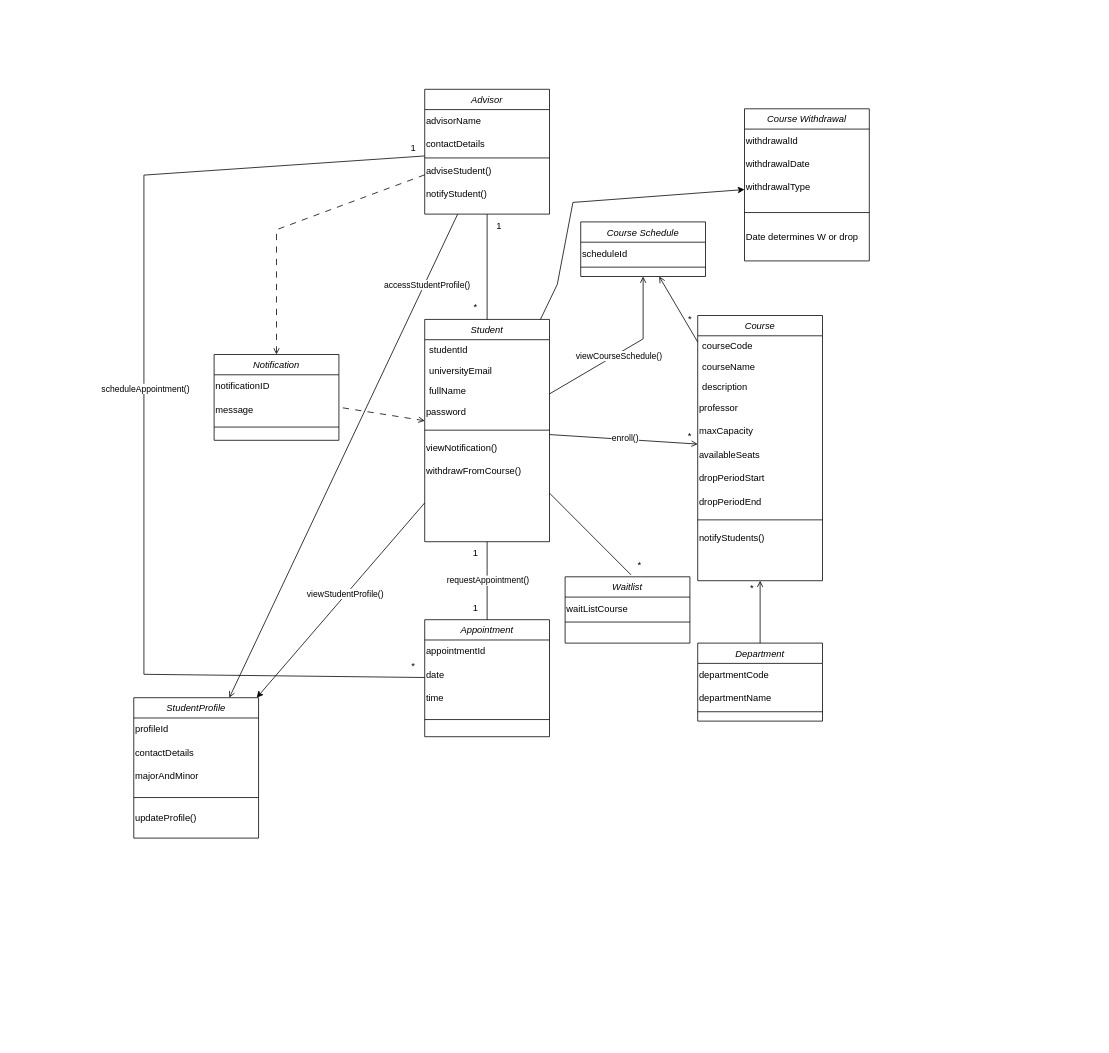
This is Assignment 1.drawio from sirfan123/1530, a draw.io file, before an edit. Source tidied: cells renumbered, new cells numbered last; positions are measured from the earlier drawing's top-left corner, leaving out a move shared by most shapes. Both pictures are drawn from the tidied source at 78%, with x=0, y=0 at pixel (133, 89).
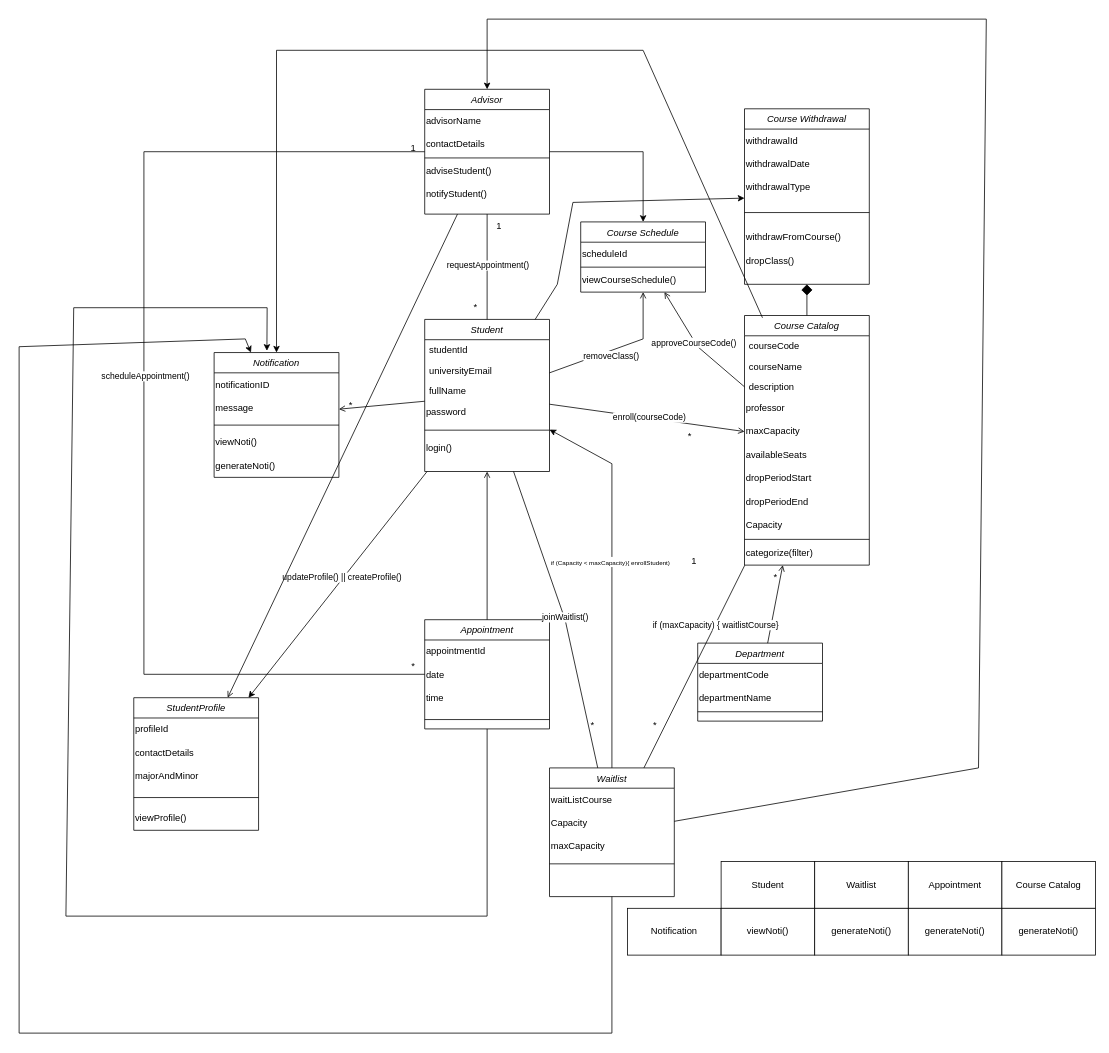
Above is the later version.

The change refers to these unchanged cells:
```xml
<mxCell id="28" value="Advisor" style="swimlane;fontStyle=2;align=center;verticalAlign=top;horizontal=1;startSize=26;rounded=0;shadow=0;strokeWidth=1;" parent="1" vertex="1">
  <mxGeometry x="373" width="160" height="160" as="geometry" />
</mxCell>
<mxCell id="52" style="endArrow=open;html=1;rounded=0;endFill=0;" parent="1" edge="1" source="2" target="10">
  <mxGeometry relative="1" as="geometry" />
</mxCell>
<mxCell id="58" style="endArrow=none;html=1;rounded=0;endFill=0;" parent="1" edge="1" source="2" target="28">
  <mxGeometry relative="1" as="geometry" />
</mxCell>
<mxCell id="59" style="endArrow=open;html=1;rounded=0;endFill=0;" parent="1" edge="1" source="2" target="39">
  <mxGeometry relative="1" as="geometry">
    <Array as="points">
      <mxPoint x="653" y="320" />
    </Array>
  </mxGeometry>
</mxCell>
<mxCell id="70" style="endArrow=classic;html=1;rounded=0;" parent="1" edge="1" source="2" target="46">
  <mxGeometry relative="1" as="geometry" />
</mxCell>
<mxCell id="81" style="endArrow=open;html=1;rounded=0;endFill=0;" parent="1" edge="1" source="28" target="46">
  <mxGeometry relative="1" as="geometry" />
</mxCell>
```

What changed in the source:
```diff
@@
     <mxCell id="2" value="Student" style="swimlane;fontStyle=2;align=center;verticalAlign=top;horizontal=1;startSize=26;rounded=0;shadow=0;strokeWidth=1;" parent="1" vertex="1">
-      <mxGeometry x="373" y="295" width="160" height="285" as="geometry" />
+      <mxGeometry x="373" y="295" width="160" height="195" as="geometry" />
     </mxCell>
@@
-    <mxCell id="8" value="viewNotification()" style="text;html=1;align=left;verticalAlign=middle;strokeColor=none;fillColor=none;" parent="2" vertex="1">
-      <mxGeometry y="150" width="160" height="30" as="geometry" />
-    </mxCell>
-    <mxCell id="9" value="withdrawFromCourse()" style="text;html=1;align=left;verticalAlign=middle;strokeColor=none;fillColor=none;" parent="2" vertex="1">
-      <mxGeometry y="180" width="160" height="30" as="geometry" />
-    </mxCell>
+    <mxCell id="87" value="login()" style="text;html=1;align=left;verticalAlign=middle;strokeColor=none;fillColor=none;" parent="2" vertex="1">
+      <mxGeometry y="150" width="160" height="30" as="geometry" />
+    </mxCell>
-    <mxCell id="10" value="Course" style="swimlane;fontStyle=2;align=center;verticalAlign=top;horizontal=1;startSize=26;rounded=0;shadow=0;strokeWidth=1;" parent="1" vertex="1">
-      <mxGeometry x="723" y="290" width="160" height="340" as="geometry" />
+    <mxCell id="10" value="Course Catalog" style="swimlane;fontStyle=2;align=center;verticalAlign=top;horizontal=1;startSize=26;rounded=0;shadow=0;strokeWidth=1;" parent="1" vertex="1">
+      <mxGeometry x="783" y="290" width="160" height="320" as="geometry" />
     </mxCell>
@@
+    <mxCell id="88" value="Capacity" style="text;html=1;align=left;verticalAlign=middle;strokeColor=none;fillColor=none;" parent="10" vertex="1">
+      <mxGeometry y="254" width="160" height="30" as="geometry" />
+    </mxCell>
     <mxCell id="19" style="line;html=1;strokeWidth=1;align=left;verticalAlign=middle;spacingTop=-1;spacingLeft=3;spacingRight=3;labelPosition=right;" parent="10" vertex="1">
-      <mxGeometry y="254" width="160" height="16" as="geometry" />
+      <mxGeometry y="284" width="160" height="6" as="geometry" />
     </mxCell>
-    <mxCell id="20" value="notifyStudents()" style="text;html=1;align=left;verticalAlign=middle;strokeColor=none;fillColor=none;" parent="10" vertex="1">
-      <mxGeometry y="270" width="160" height="30" as="geometry" />
-    </mxCell>
+    <mxCell id="89" value="categorize(filter)" style="text;html=1;align=left;verticalAlign=middle;strokeColor=none;fillColor=none;" parent="10" vertex="1">
+      <mxGeometry y="290" width="160" height="30" as="geometry" />
+    </mxCell>
@@
     <mxCell id="25" value="Waitlist" style="swimlane;fontStyle=2;align=center;verticalAlign=top;horizontal=1;startSize=26;rounded=0;shadow=0;strokeWidth=1;" parent="1" vertex="1">
-      <mxGeometry x="553" y="625" width="160" height="85" as="geometry" />
+      <mxGeometry x="533" y="870" width="160" height="165" as="geometry" />
     </mxCell>
@@
+    <mxCell id="90" value="Capacity" style="text;html=1;align=left;verticalAlign=middle;strokeColor=none;fillColor=none;" parent="25" vertex="1">
+      <mxGeometry y="56" width="160" height="30" as="geometry" />
+    </mxCell>
+    <mxCell id="91" value="maxCapacity" style="text;html=1;align=left;verticalAlign=middle;strokeColor=none;fillColor=none;" parent="25" vertex="1">
+      <mxGeometry y="86" width="160" height="30" as="geometry" />
+    </mxCell>
     <mxCell id="27" style="line;html=1;strokeWidth=1;align=left;verticalAlign=middle;spacingTop=-1;spacingLeft=3;spacingRight=3;labelPosition=right;" parent="25" vertex="1">
-      <mxGeometry y="56" width="160" height="4" as="geometry" />
+      <mxGeometry y="116" width="160" height="14" as="geometry" />
     </mxCell>
@@
     <mxCell id="34" value="Appointment" style="swimlane;fontStyle=2;align=center;verticalAlign=top;horizontal=1;startSize=26;rounded=0;shadow=0;strokeWidth=1;" parent="1" vertex="1">
-      <mxGeometry x="373" y="680" width="160" height="150" as="geometry" />
+      <mxGeometry x="373" y="680" width="160" height="140" as="geometry" />
     </mxCell>
@@
     <mxCell id="39" value="Course Schedule" style="swimlane;fontStyle=2;align=center;verticalAlign=top;horizontal=1;startSize=26;rounded=0;shadow=0;strokeWidth=1;" parent="1" vertex="1">
-      <mxGeometry x="573" y="170" width="160" height="70" as="geometry" />
+      <mxGeometry x="573" y="170" width="160" height="90" as="geometry" />
     </mxCell>
@@
+    <mxCell id="60" value="viewCourseSchedule()" style="text;html=1;align=left;verticalAlign=middle;strokeColor=none;fillColor=none;" parent="39" vertex="1">
+      <mxGeometry y="60" width="160" height="30" as="geometry" />
+    </mxCell>
     <mxCell id="42" value="Notification" style="swimlane;fontStyle=2;align=center;verticalAlign=top;horizontal=1;startSize=26;rounded=0;shadow=0;strokeWidth=1;" parent="1" vertex="1">
-      <mxGeometry x="103" y="340" width="160" height="110" as="geometry" />
+      <mxGeometry x="103" y="337.5" width="160" height="160" as="geometry" />
     </mxCell>
@@
+    <mxCell id="92" value="viewNoti()" style="text;html=1;align=left;verticalAlign=middle;strokeColor=none;fillColor=none;" parent="42" vertex="1">
+      <mxGeometry y="100" width="160" height="30" as="geometry" />
+    </mxCell>
+    <mxCell id="93" value="generateNoti()" style="text;html=1;align=left;verticalAlign=middle;strokeColor=none;fillColor=none;" parent="42" vertex="1">
+      <mxGeometry y="130" width="160" height="30" as="geometry" />
+    </mxCell>
     <mxCell id="46" value="StudentProfile" style="swimlane;fontStyle=2;align=center;verticalAlign=top;horizontal=1;startSize=26;rounded=0;shadow=0;strokeWidth=1;" parent="1" vertex="1">
-      <mxGeometry y="780" width="160" height="180" as="geometry" />
+      <mxGeometry y="780" width="160" height="170" as="geometry" />
     </mxCell>
@@
-    <mxCell id="51" value="updateProfile()" style="text;html=1;align=left;verticalAlign=middle;strokeColor=none;fillColor=none;" parent="46" vertex="1">
-      <mxGeometry y="140" width="160" height="30" as="geometry" />
-    </mxCell>
+    <mxCell id="94" value="viewProfile()" style="text;html=1;align=left;verticalAlign=middle;strokeColor=none;fillColor=none;" parent="46" vertex="1">
+      <mxGeometry y="140" width="160" height="30" as="geometry" />
+    </mxCell>
@@
-    <mxCell id="53" value="enroll()" style="edgeLabel;html=1;align=center;verticalAlign=middle;" parent="52" vertex="1">
+    <mxCell id="53" value="enroll(courseCode)" style="edgeLabel;html=1;align=center;verticalAlign=middle;" parent="52" vertex="1">
       <mxGeometry x="0.02" y="1" relative="1" as="geometry" />
     </mxCell>
-    <mxCell id="54" style="endArrow=none;html=1;rounded=0;endFill=0;" parent="1" edge="1" source="2" target="34">
+    <mxCell id="54" style="endArrow=none;html=1;rounded=0;endFill=0;startArrow=open;startFill=0;" parent="1" edge="1" source="2" target="34">
       <mxGeometry relative="1" as="geometry" />
     </mxCell>
-    <mxCell id="55" value="requestAppointment()" style="edgeLabel;html=1;align=center;verticalAlign=middle;" parent="54" vertex="1">
-      <mxGeometry x="-0.03" relative="1" as="geometry" />
-    </mxCell>
@@
-    <mxCell id="57" style="endArrow=none;html=1;rounded=0;dashed=1;endFill=0;dashPattern=8 8;startArrow=open;startFill=0;" parent="1" edge="1" source="2" target="42">
+    <mxCell id="57" style="endArrow=open;html=1;rounded=0;endFill=0;startArrow=none;startFill=0;" parent="1" edge="1" source="2" target="42">
       <mxGeometry relative="1" as="geometry" />
     </mxCell>
@@
+    <mxCell id="55" value="requestAppointment()" style="edgeLabel;html=1;align=center;verticalAlign=middle;" parent="58" vertex="1">
+      <mxGeometry x="0.04" relative="1" as="geometry" />
+    </mxCell>
@@
-    <mxCell id="60" value="viewCourseSchedule()" style="edgeLabel;html=1;align=center;verticalAlign=middle;" parent="59" vertex="1">
-      <mxGeometry x="-0.08" y="-2" relative="1" as="geometry" />
-    </mxCell>
+    <mxCell id="95" value="removeClass()" style="edgeLabel;html=1;align=center;verticalAlign=middle;" parent="59" vertex="1">
+      <mxGeometry x="-0.14" y="-6" relative="1" as="geometry" />
+    </mxCell>
@@
     <mxCell id="63" value="*" style="text;html=1;strokeColor=none;fillColor=none;align=center;verticalAlign=middle;whiteSpace=wrap;rounded=0;" parent="1" vertex="1">
-      <mxGeometry x="763" y="625" width="60" height="30" as="geometry" />
+      <mxGeometry x="793" y="610" width="60" height="30" as="geometry" />
     </mxCell>
-    <mxCell id="64" style="endArrow=none;html=1;rounded=0;endFill=0;startArrow=none;startFill=0;" parent="1" edge="1" target="2">
+    <mxCell id="64" style="endArrow=none;html=1;rounded=0;endFill=0;startArrow=none;startFill=0;" parent="1" edge="1" source="25" target="2">
       <mxGeometry relative="1" as="geometry">
-        <mxPoint x="637.5" y="622.5" as="sourcePoint" />
+        <Array as="points">
+          <mxPoint x="553" y="680" />
+        </Array>
       </mxGeometry>
     </mxCell>
+    <mxCell id="96" value="joinWaitlist()" style="edgeLabel;html=1;align=center;verticalAlign=middle;" parent="64" vertex="1">
+      <mxGeometry y="-1" relative="1" as="geometry" />
+    </mxCell>
     <mxCell id="65" value="*" style="text;html=1;align=center;verticalAlign=middle;strokeColor=none;fillColor=none;" parent="1" vertex="1">
-      <mxGeometry x="633" y="595" width="30" height="30" as="geometry" />
+      <mxGeometry x="573" y="800" width="30" height="30" as="geometry" />
     </mxCell>
     <mxCell id="66" style="endArrow=none;html=1;rounded=0;endFill=0;startArrow=none;startFill=0;" parent="1" edge="1" source="34" target="28">
       <mxGeometry relative="1" as="geometry">
         <Array as="points">
           <mxPoint x="13" y="750" />
-          <mxPoint x="13" y="110" />
+          <mxPoint x="13" y="80" />
         </Array>
       </mxGeometry>
     </mxCell>
@@
-    <mxCell id="69" style="endArrow=open;html=1;rounded=0;dashed=1;dashPattern=8 8;endFill=0;" parent="1" edge="1" source="28" target="42">
-      <mxGeometry relative="1" as="geometry">
-        <Array as="points">
-          <mxPoint x="183" y="180" />
-        </Array>
-      </mxGeometry>
-    </mxCell>
@@
-    <mxCell id="71" value="viewStudentProfile()" style="edgeLabel;html=1;align=center;verticalAlign=middle;" parent="70" vertex="1">
+    <mxCell id="71" value="updateProfile() || createProfile()" style="edgeLabel;html=1;align=center;verticalAlign=middle;" parent="70" vertex="1">
       <mxGeometry x="-0.06" y="-2" relative="1" as="geometry" />
     </mxCell>
     <mxCell id="72" style="endArrow=open;html=1;rounded=0;endFill=0;" parent="1" edge="1" source="10" target="39">
-      <mxGeometry relative="1" as="geometry" />
+      <mxGeometry relative="1" as="geometry">
+        <Array as="points">
+          <mxPoint x="723" y="330" />
+        </Array>
+      </mxGeometry>
     </mxCell>
-    <mxCell id="73" value="*" style="text;html=1;align=center;verticalAlign=middle;strokeColor=none;fillColor=none;" parent="1" vertex="1">
-      <mxGeometry x="698" y="280" width="30" height="30" as="geometry" />
-    </mxCell>
+    <mxCell id="97" value="approveCourseCode()" style="edgeLabel;html=1;align=center;verticalAlign=middle;" parent="72" vertex="1">
+      <mxGeometry x="0.08" y="3" relative="1" as="geometry">
+        <mxPoint x="1" as="offset" />
+      </mxGeometry>
+    </mxCell>
     <mxCell id="74" value="Course Withdrawal" style="swimlane;fontStyle=2;align=center;verticalAlign=top;horizontal=1;startSize=26;rounded=0;shadow=0;strokeWidth=1;" parent="1" vertex="1">
-      <mxGeometry x="783" y="25" width="160" height="195" as="geometry" />
+      <mxGeometry x="783" y="25" width="160" height="225" as="geometry" />
     </mxCell>
@@
-    <mxCell id="79" value="Date determines W or drop" style="text;html=1;align=left;verticalAlign=middle;strokeColor=none;fillColor=none;" parent="74" vertex="1">
+    <mxCell id="79" value="withdrawFromCourse()" style="text;html=1;align=left;verticalAlign=middle;strokeColor=none;fillColor=none;" parent="74" vertex="1">
       <mxGeometry y="150" width="160" height="30" as="geometry" />
     </mxCell>
+    <mxCell id="98" value="dropClass()" style="text;html=1;align=left;verticalAlign=middle;strokeColor=none;fillColor=none;" parent="74" vertex="1">
+      <mxGeometry y="180" width="160" height="30" as="geometry" />
+    </mxCell>
@@
-    <mxCell id="82" value="accessStudentProfile()" style="edgeLabel;html=1;align=center;verticalAlign=middle;" parent="81" vertex="1">
-      <mxGeometry x="-0.71" y="3" relative="1" as="geometry" />
-    </mxCell>
@@
-    <mxCell id="85" value="1" style="text;html=1;align=center;verticalAlign=middle;strokeColor=none;fillColor=none;" parent="1" vertex="1">
-      <mxGeometry x="423" y="580" width="30" height="30" as="geometry" />
-    </mxCell>
-    <mxCell id="86" value="1" style="text;html=1;align=center;verticalAlign=middle;strokeColor=none;fillColor=none;" parent="1" vertex="1">
-      <mxGeometry x="423" y="650" width="30" height="30" as="geometry" />
-    </mxCell>
+    <mxCell id="99" style="endArrow=classic;html=1;rounded=0;" parent="1" edge="1" source="25" target="28">
+      <mxGeometry relative="1" as="geometry">
+        <Array as="points">
+          <mxPoint x="1083" y="870" />
+          <mxPoint x="1093" y="-90" />
+          <mxPoint x="453" y="-90" />
+        </Array>
+      </mxGeometry>
+    </mxCell>
+    <mxCell id="100" style="endArrow=none;html=1;rounded=0;endFill=0;" parent="1" edge="1" source="25" target="10">
+      <mxGeometry relative="1" as="geometry" />
+    </mxCell>
+    <mxCell id="101" value="if (maxCapacity) { waitlistCourse}" style="edgeLabel;html=1;align=center;verticalAlign=middle;" parent="100" vertex="1">
+      <mxGeometry x="0.41" relative="1" as="geometry" />
+    </mxCell>
+    <mxCell id="102" value="1" style="text;html=1;align=center;verticalAlign=middle;strokeColor=none;fillColor=none;" parent="1" vertex="1">
+      <mxGeometry x="703" y="590" width="30" height="30" as="geometry" />
+    </mxCell>
+    <mxCell id="103" value="*" style="text;html=1;align=center;verticalAlign=middle;strokeColor=none;fillColor=none;" parent="1" vertex="1">
+      <mxGeometry x="653" y="800" width="30" height="30" as="geometry" />
+    </mxCell>
+    <mxCell id="104" style="endArrow=classic;html=1;rounded=0;" parent="1" edge="1" source="25" target="2">
+      <mxGeometry relative="1" as="geometry">
+        <Array as="points">
+          <mxPoint x="613" y="480" />
+        </Array>
+      </mxGeometry>
+    </mxCell>
+    <mxCell id="105" value="&lt;font style=&quot;font-size: 8px;&quot;&gt;if (Capacity &amp;lt; maxCapacity){ enrollStudent)&lt;/font&gt;" style="edgeLabel;html=1;align=center;verticalAlign=middle;" parent="104" vertex="1">
+      <mxGeometry x="0.1" y="3" relative="1" as="geometry" />
+    </mxCell>
+    <mxCell id="106" style="endArrow=classic;html=1;rounded=0;" parent="1" edge="1" source="28" target="39">
+      <mxGeometry relative="1" as="geometry">
+        <Array as="points">
+          <mxPoint x="653" y="80" />
+        </Array>
+      </mxGeometry>
+    </mxCell>
+    <mxCell id="107" style="endArrow=classic;html=1;rounded=0;entryX=0.423;entryY=-0.014;entryDx=0;entryDy=0;entryPerimeter=0;" parent="1" edge="1" source="34" target="42">
+      <mxGeometry relative="1" as="geometry">
+        <Array as="points">
+          <mxPoint x="453" y="1060" />
+          <mxPoint x="-87" y="1060" />
+          <mxPoint x="-77" y="280" />
+          <mxPoint x="171" y="280" />
+        </Array>
+      </mxGeometry>
+    </mxCell>
+    <mxCell id="108" style="endArrow=classic;html=1;rounded=0;" parent="1" edge="1" source="25" target="42">
+      <mxGeometry relative="1" as="geometry">
+        <Array as="points">
+          <mxPoint x="613" y="1210" />
+          <mxPoint x="-147" y="1210" />
+          <mxPoint x="-147" y="330" />
+          <mxPoint x="143" y="320" />
+        </Array>
+      </mxGeometry>
+    </mxCell>
+    <mxCell id="109" style="endArrow=classic;html=1;rounded=0;exitX=0.144;exitY=0.009;exitDx=0;exitDy=0;exitPerimeter=0;" parent="1" edge="1" source="10" target="42">
+      <mxGeometry relative="1" as="geometry">
+        <Array as="points">
+          <mxPoint x="653" y="-50" />
+          <mxPoint x="183" y="-50" />
+        </Array>
+      </mxGeometry>
+    </mxCell>
+    <mxCell id="110" value="Notification" style="whiteSpace=wrap;html=1;" parent="1" vertex="1">
+      <mxGeometry x="633" y="1050" width="120" height="60" as="geometry" />
+    </mxCell>
+    <mxCell id="111" value="Student" style="whiteSpace=wrap;html=1;" parent="1" vertex="1">
+      <mxGeometry x="753" y="990" width="120" height="60" as="geometry" />
+    </mxCell>
+    <mxCell id="112" value="viewNoti()" style="whiteSpace=wrap;html=1;" parent="1" vertex="1">
+      <mxGeometry x="753" y="1050" width="120" height="60" as="geometry" />
+    </mxCell>
+    <mxCell id="113" value="Waitlist" style="whiteSpace=wrap;html=1;" parent="1" vertex="1">
+      <mxGeometry x="873" y="990" width="120" height="60" as="geometry" />
+    </mxCell>
+    <mxCell id="114" value="generateNoti()" style="whiteSpace=wrap;html=1;" parent="1" vertex="1">
+      <mxGeometry x="873" y="1050" width="120" height="60" as="geometry" />
+    </mxCell>
+    <mxCell id="115" value="Appointment" style="whiteSpace=wrap;html=1;" parent="1" vertex="1">
+      <mxGeometry x="993" y="990" width="120" height="60" as="geometry" />
+    </mxCell>
+    <mxCell id="116" value="generateNoti()" style="whiteSpace=wrap;html=1;" parent="1" vertex="1">
+      <mxGeometry x="993" y="1050" width="120" height="60" as="geometry" />
+    </mxCell>
+    <mxCell id="117" value="Course Catalog" style="whiteSpace=wrap;html=1;" parent="1" vertex="1">
+      <mxGeometry x="1113" y="990" width="120" height="60" as="geometry" />
+    </mxCell>
+    <mxCell id="118" value="generateNoti()" style="whiteSpace=wrap;html=1;" parent="1" vertex="1">
+      <mxGeometry x="1113" y="1050" width="120" height="60" as="geometry" />
+    </mxCell>
+    <mxCell id="119" value="*" style="text;html=1;align=center;verticalAlign=middle;strokeColor=none;fillColor=none;" parent="1" vertex="1">
+      <mxGeometry x="263" y="390" width="30" height="30" as="geometry" />
+    </mxCell>
+    <mxCell id="120" style="endArrow=diamond;html=1;rounded=0;endFill=1;strokeWidth=1;endSize=12;" parent="1" edge="1" source="10" target="74">
+      <mxGeometry relative="1" as="geometry" />
+    </mxCell>
```
